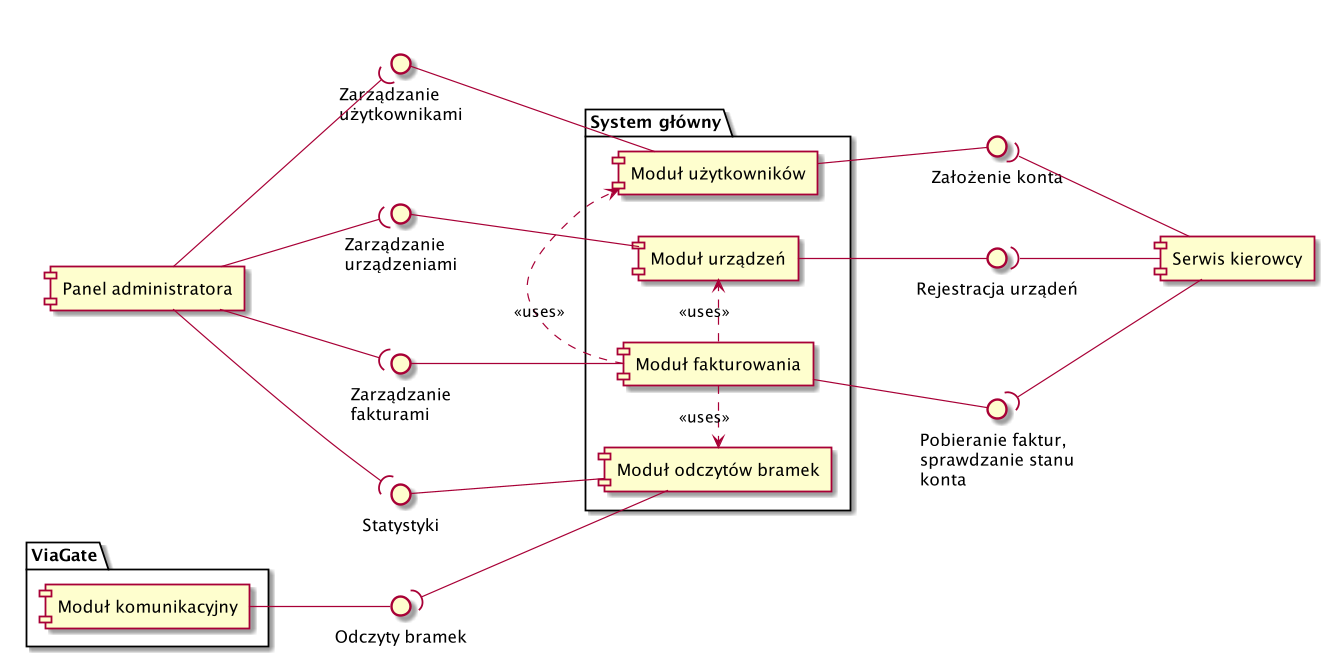
Before: diagrams/component.png, a diagram exported from PlantUML (msieczko/viatoll).
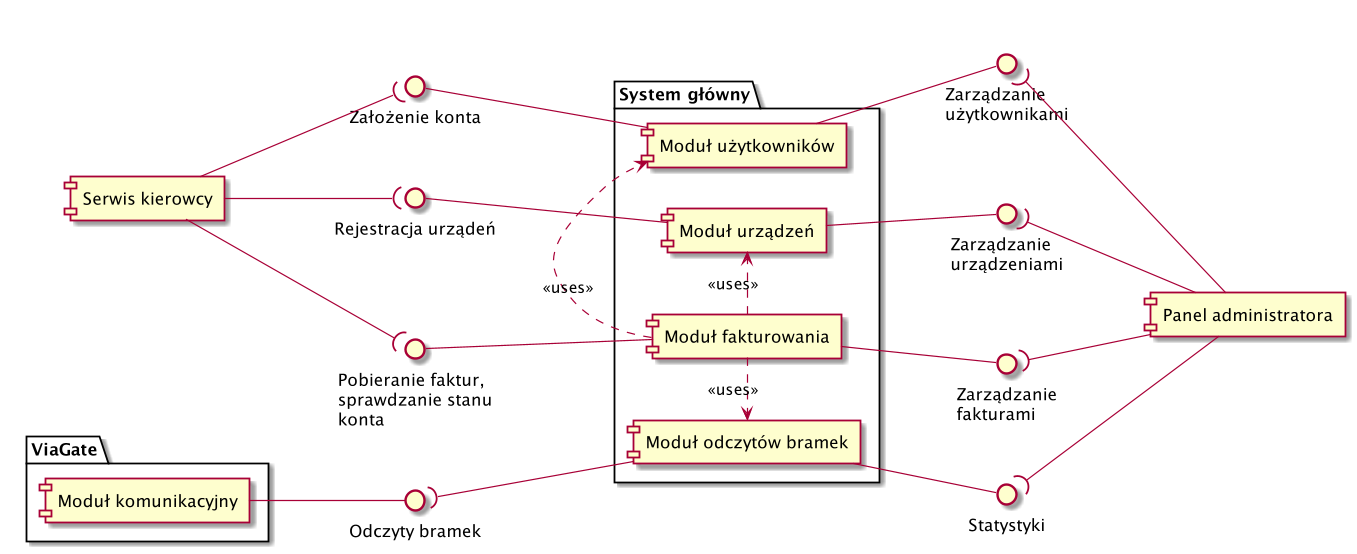
After the commit.

Commit message:
Reorganize component diagram

Change to the diagram source:
```diff
@@ -28,20 +28,21 @@
 interface "Zarządzanie\nużytkownikami" as I7
 interface "Założenie konta" as I8
 
-PA --( I1
-PA --( I2
-PA --( I6
-PA --( I7
-I1 -- M1
-I2 -- M2
-I6 -- M3
-I7 -- M5
-M1 -- I3
-M2 -- I4
-I3 )-- SK
-I4 )-- SK
+I1 )-- PA
+I2 )-- PA
+I6 )-- PA
+I7 )-- PA
+M1 -- I1
+M2 -- I2
+M3 -- I6
+M5 -- I7
+I3 -- M1
+I4 -- M2
+SK --( I3
+SK --( I4
 M4 -- I5
 I5 )-- M3
-M5 -- I8
-I8 )-- SK
+I8 -- M5
+SK --( I8
+
 @enduml
```
